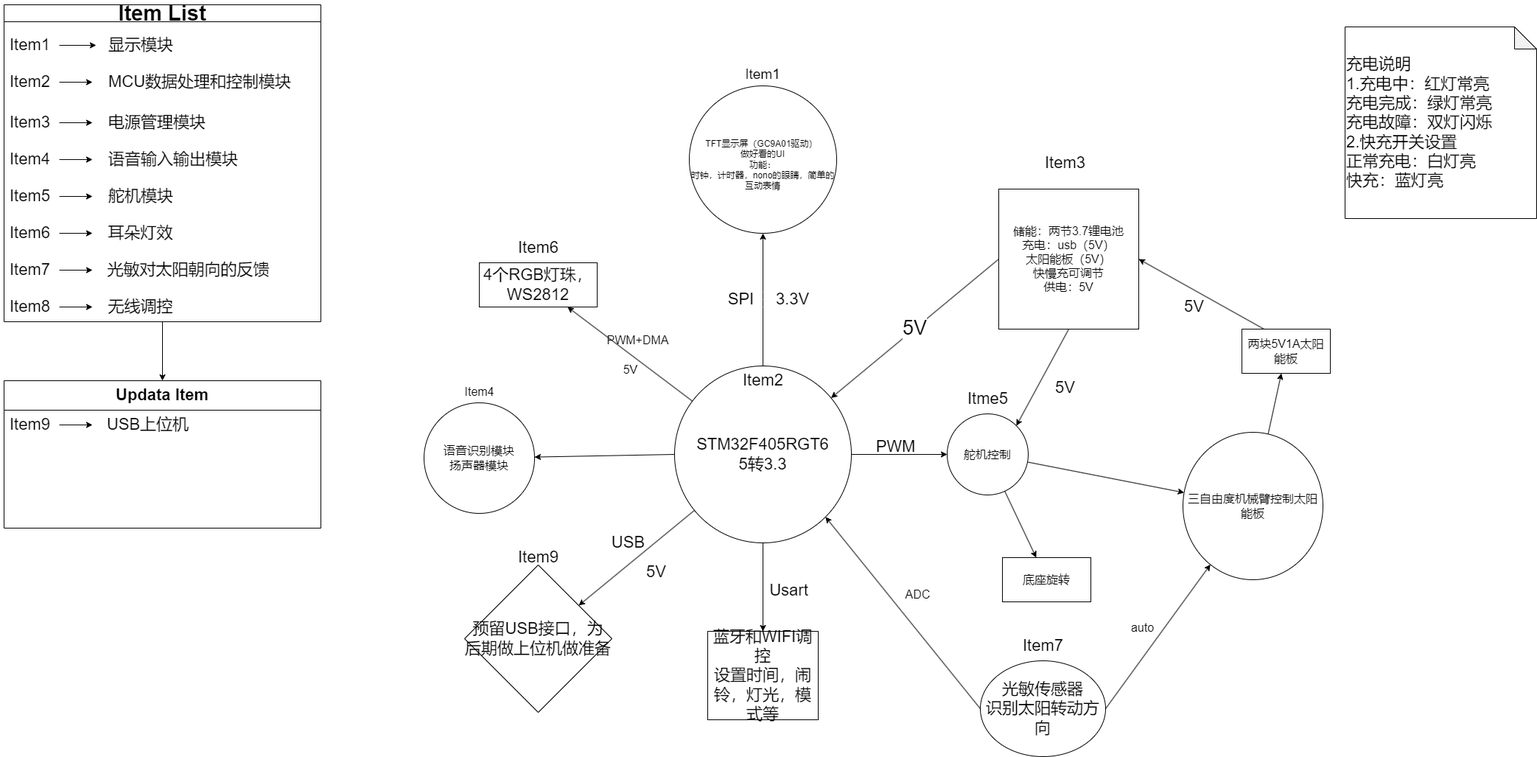
This is embedded study/Nono.drawio.png from xiaowang-rob/Study_Log, a draw.io export, as it was before one commit. Source tidied: cells renumbered, new cells last; positions are measured from the earlier drawing's top-left corner, leaving out a move shared by most shapes.
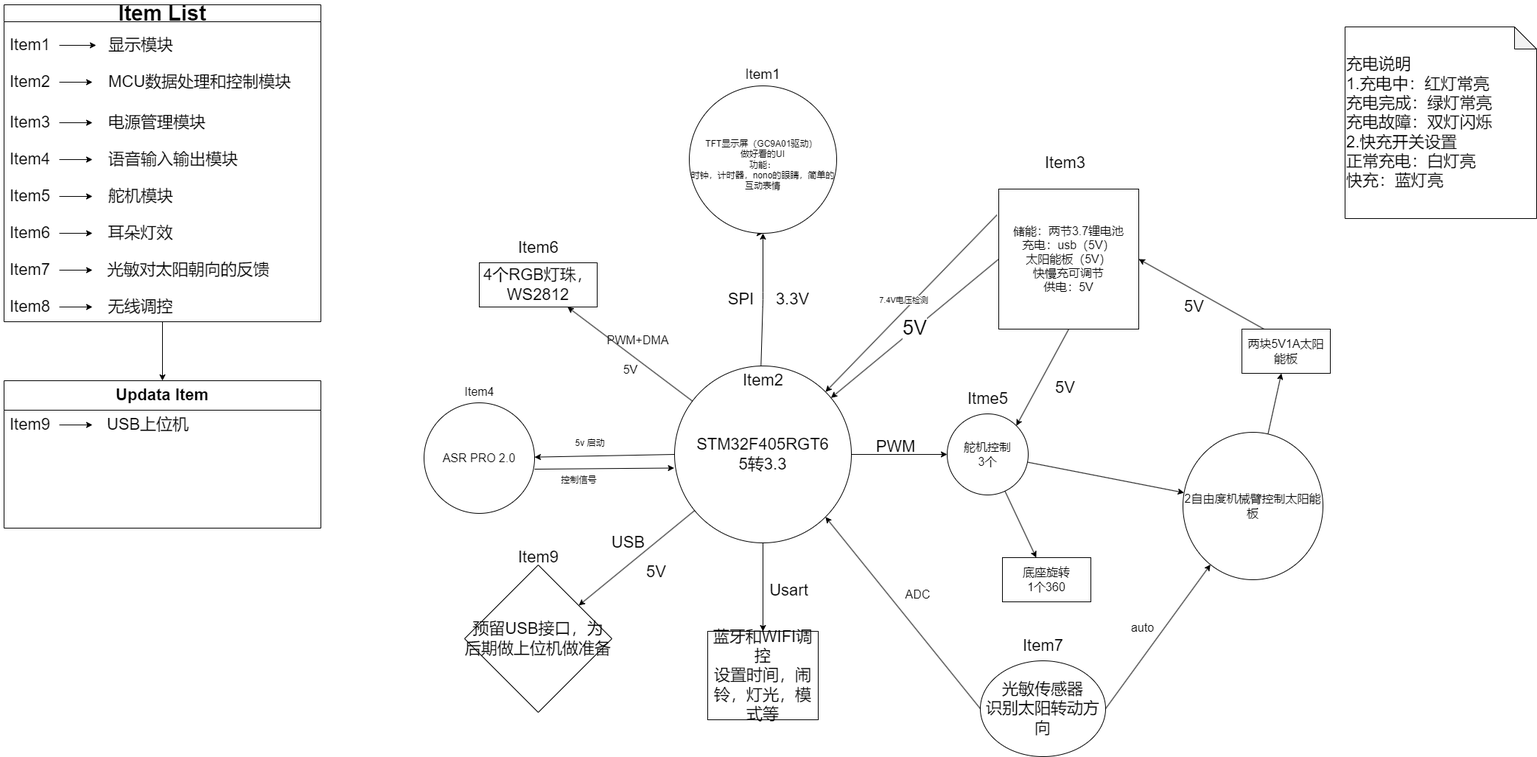
Later version of the same file.

What changed in the source:
```diff
@@ -165,7 +165,7 @@
     <mxCell id="48" value="5V" style="text;html=1;align=center;verticalAlign=middle;strokeColor=none;fillColor=none;fontSize=16;" parent="1" vertex="1">
       <mxGeometry x="835" y="480" width="40" height="30" as="geometry" />
     </mxCell>
-    <mxCell id="49" value="语音识别模块&lt;br&gt;扬声器模块" style="ellipse;whiteSpace=wrap;html=1;fontSize=16;" parent="1" vertex="1">
+    <mxCell id="49" value="ASR PRO 2.0&lt;br&gt;" style="ellipse;whiteSpace=wrap;html=1;fontSize=16;" parent="1" vertex="1">
       <mxGeometry x="575" y="540" width="150" height="150" as="geometry" />
     </mxCell>
     <mxCell id="50" value="Item4" style="text;html=1;align=center;verticalAlign=middle;strokeColor=none;fillColor=none;fontSize=16;" parent="1" vertex="1">
@@ -177,16 +177,16 @@
     <mxCell id="52" style="edgeStyle=none;html=1;fontSize=16;" parent="1" edge="1" source="53" target="56">
       <mxGeometry relative="1" as="geometry" />
     </mxCell>
-    <mxCell id="53" value="舵机控制" style="ellipse;whiteSpace=wrap;html=1;fontSize=16;" parent="1" vertex="1">
+    <mxCell id="53" value="舵机控制&lt;br&gt;3个" style="ellipse;whiteSpace=wrap;html=1;fontSize=16;" parent="1" vertex="1">
       <mxGeometry x="1285" y="555" width="110" height="110" as="geometry" />
     </mxCell>
-    <mxCell id="54" value="底座旋转" style="rounded=0;whiteSpace=wrap;html=1;fontSize=16;" parent="1" vertex="1">
+    <mxCell id="54" value="底座旋转&lt;br&gt;1个360" style="rounded=0;whiteSpace=wrap;html=1;fontSize=16;" parent="1" vertex="1">
       <mxGeometry x="1360" y="750" width="120" height="60" as="geometry" />
     </mxCell>
     <mxCell id="55" style="edgeStyle=none;html=1;fontSize=16;" parent="1" edge="1" source="56" target="58">
       <mxGeometry relative="1" as="geometry" />
     </mxCell>
-    <mxCell id="56" value="三自由度机械臂控制太阳能板" style="ellipse;whiteSpace=wrap;html=1;fontSize=16;" parent="1" vertex="1">
+    <mxCell id="56" value="2自由度机械臂控制太阳能板" style="ellipse;whiteSpace=wrap;html=1;fontSize=16;" parent="1" vertex="1">
       <mxGeometry x="1605" y="580" width="190" height="200" as="geometry" />
     </mxCell>
     <mxCell id="57" style="edgeStyle=none;html=1;exitX=0.25;exitY=0;exitDx=0;exitDy=0;entryX=1;entryY=0.5;entryDx=0;entryDy=0;fontSize=22;" parent="1" edge="1" source="58" target="5">
@@ -260,5 +260,22 @@
     <mxCell id="79" value="充电说明&lt;br&gt;1.充电中：红灯常亮&lt;br&gt;充电完成：绿灯常亮&lt;br&gt;充电故障：双灯闪烁&lt;br&gt;2.快充开关设置&lt;br&gt;正常充电：白灯亮&lt;br&gt;快充：蓝灯亮" style="shape=note;whiteSpace=wrap;html=1;backgroundOutline=1;darkOpacity=0.05;fontSize=22;align=left;" parent="1" vertex="1">
       <mxGeometry x="1825" y="30" width="260" height="260" as="geometry" />
     </mxCell>
+    <mxCell id="80" style="endArrow=classic;html=1;exitX=1;exitY=0.6;exitDx=0;exitDy=0;exitPerimeter=0;entryX=-0.002;entryY=0.577;entryDx=0;entryDy=0;entryPerimeter=0;" parent="1" edge="1" source="49" target="41">
+      <mxGeometry relative="1" as="geometry" />
+    </mxCell>
+    <mxCell id="81" value="5v 启动" style="text;html=1;align=center;verticalAlign=middle;strokeColor=none;fillColor=none;" parent="1" vertex="1">
+      <mxGeometry x="770" y="580" width="60" height="30" as="geometry" />
+    </mxCell>
+    <mxCell id="82" value="控制信号" style="text;html=1;align=center;verticalAlign=middle;strokeColor=none;fillColor=none;" parent="1" vertex="1">
+      <mxGeometry x="750" y="630" width="70" height="30" as="geometry" />
+    </mxCell>
+    <mxCell id="83" style="endArrow=classic;html=1;exitX=-0.013;exitY=0.185;exitDx=0;exitDy=0;exitPerimeter=0;entryX=1;entryY=0;entryDx=0;entryDy=0;" parent="1" edge="1" source="5" target="41">
+      <mxGeometry relative="1" as="geometry" />
+    </mxCell>
+    <mxCell id="84" value="7.4V电压检测" style="edgeLabel;html=1;align=center;verticalAlign=middle;" parent="83" vertex="1">
+      <mxGeometry relative="1" as="geometry">
+        <mxPoint x="-11" y="-5" as="offset" />
+      </mxGeometry>
+    </mxCell>
   </root>
 </mxGraphModel>
```
